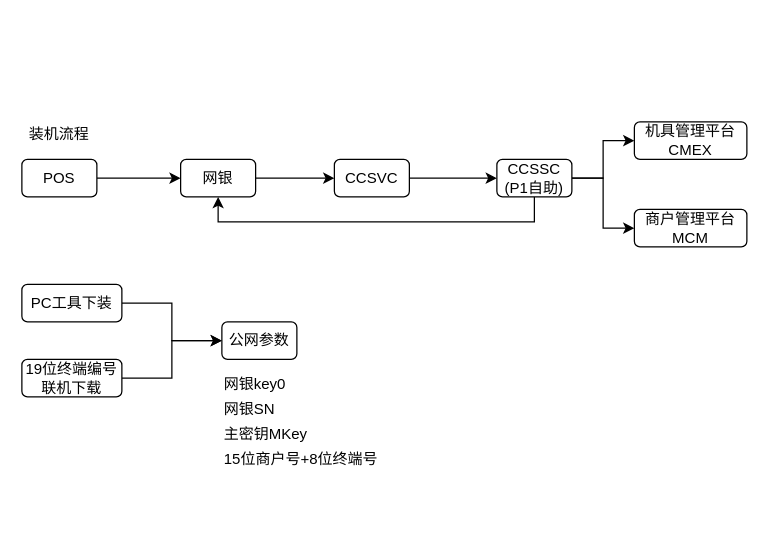
Above: KeyStruct-FT.drawio in xin78693304/mycharts (draw.io), before the change. Source tidied: cells renumbered, new cells numbered last; positions are measured from the earlier drawing's top-left corner, leaving out a move shared by most shapes. Both pictures are drawn from the tidied source at 125%, with x=0, y=0 at pixel (21, 121).
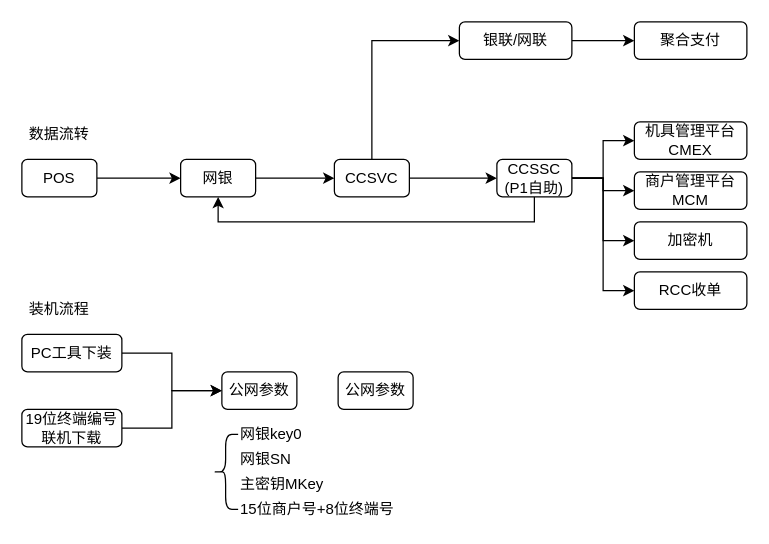
Above is the later version.

Unchanged cells that the change refers to:
```xml
<mxCell id="7" value="CCSVC" style="rounded=1;whiteSpace=wrap;html=1;" parent="1" vertex="1">
  <mxGeometry x="250" y="30" width="60" height="30" as="geometry" />
</mxCell>
<mxCell id="11" value="CCSSC&lt;br&gt;(P1自助)" style="rounded=1;whiteSpace=wrap;html=1;" parent="1" vertex="1">
  <mxGeometry x="380" y="30" width="60" height="30" as="geometry" />
</mxCell>
```

The edit, as a diff of the source:
```diff
@@
+    <mxCell id="24" style="edgeStyle=orthogonalEdgeStyle;rounded=0;jettySize=auto;html=1;entryX=0;entryY=0.5;entryDx=0;entryDy=0;" parent="1" edge="1" source="7" target="33">
+      <mxGeometry relative="1" as="geometry">
+        <Array as="points">
+          <mxPoint x="280" y="-65" />
+        </Array>
+      </mxGeometry>
+    </mxCell>
@@
+    <mxCell id="25" style="edgeStyle=orthogonalEdgeStyle;rounded=0;jettySize=auto;html=1;entryX=0;entryY=0.5;entryDx=0;entryDy=0;" parent="1" edge="1" source="11" target="30">
+      <mxGeometry relative="1" as="geometry" />
+    </mxCell>
+    <mxCell id="26" style="edgeStyle=orthogonalEdgeStyle;rounded=0;jettySize=auto;html=1;entryX=0;entryY=0.5;entryDx=0;entryDy=0;" parent="1" edge="1" source="11" target="31">
+      <mxGeometry relative="1" as="geometry" />
+    </mxCell>
@@
-    <mxCell id="12" value="装机流程" style="text;html=1;strokeColor=none;fillColor=none;align=center;verticalAlign=middle;whiteSpace=wrap;rounded=0;" parent="1" vertex="1">
+    <mxCell id="12" value="数据流转" style="text;html=1;strokeColor=none;fillColor=none;align=center;verticalAlign=middle;whiteSpace=wrap;rounded=0;" parent="1" vertex="1">
       <mxGeometry width="60" height="20" as="geometry" />
     </mxCell>
     <mxCell id="13" value="公网参数" style="rounded=1;whiteSpace=wrap;html=1;" parent="1" vertex="1">
-      <mxGeometry x="160" y="160" width="60" height="30" as="geometry" />
+      <mxGeometry x="160" y="200" width="60" height="30" as="geometry" />
     </mxCell>
@@
     <mxCell id="15" value="商户管理平台MCM" style="rounded=1;whiteSpace=wrap;html=1;" parent="1" vertex="1">
-      <mxGeometry x="490" y="70" width="90" height="30" as="geometry" />
+      <mxGeometry x="490" y="40" width="90" height="30" as="geometry" />
     </mxCell>
@@
     <mxCell id="17" value="PC工具下装" style="rounded=1;whiteSpace=wrap;html=1;" parent="1" vertex="1">
-      <mxGeometry y="130" width="80" height="30" as="geometry" />
+      <mxGeometry y="170" width="80" height="30" as="geometry" />
     </mxCell>
@@
     <mxCell id="19" value="19位终端编号联机下载" style="rounded=1;whiteSpace=wrap;html=1;" parent="1" vertex="1">
-      <mxGeometry y="190" width="80" height="30" as="geometry" />
+      <mxGeometry y="230" width="80" height="30" as="geometry" />
     </mxCell>
     <mxCell id="20" value="网银key0" style="text;html=1;strokeColor=none;fillColor=none;align=left;verticalAlign=middle;whiteSpace=wrap;rounded=0;" parent="1" vertex="1">
-      <mxGeometry x="160" y="200" width="60" height="20" as="geometry" />
+      <mxGeometry x="173" y="240" width="60" height="20" as="geometry" />
     </mxCell>
     <mxCell id="21" value="网银SN" style="text;html=1;strokeColor=none;fillColor=none;align=left;verticalAlign=middle;whiteSpace=wrap;rounded=0;" parent="1" vertex="1">
-      <mxGeometry x="160" y="220" width="60" height="20" as="geometry" />
+      <mxGeometry x="173" y="260" width="60" height="20" as="geometry" />
     </mxCell>
     <mxCell id="22" value="主密钥MKey" style="text;html=1;strokeColor=none;fillColor=none;align=left;verticalAlign=middle;whiteSpace=wrap;rounded=0;" parent="1" vertex="1">
-      <mxGeometry x="160" y="240" width="80" height="20" as="geometry" />
+      <mxGeometry x="173" y="280" width="80" height="20" as="geometry" />
     </mxCell>
     <mxCell id="23" value="15位商户号+8位终端号" style="text;html=1;strokeColor=none;fillColor=none;align=left;verticalAlign=middle;whiteSpace=wrap;rounded=0;" parent="1" vertex="1">
-      <mxGeometry x="160" y="260" width="130" height="20" as="geometry" />
+      <mxGeometry x="173" y="300" width="130" height="20" as="geometry" />
     </mxCell>
+    <mxCell id="27" style="shape=curlyBracket;whiteSpace=wrap;html=1;rounded=1;align=left;" parent="1" vertex="1">
+      <mxGeometry x="153" y="250" width="20" height="60" as="geometry" />
+    </mxCell>
+    <mxCell id="28" value="公网参数" style="rounded=1;whiteSpace=wrap;html=1;" parent="1" vertex="1">
+      <mxGeometry x="253" y="200" width="60" height="30" as="geometry" />
+    </mxCell>
+    <mxCell id="29" value="装机流程" style="text;html=1;strokeColor=none;fillColor=none;align=center;verticalAlign=middle;whiteSpace=wrap;rounded=0;" parent="1" vertex="1">
+      <mxGeometry y="140" width="60" height="20" as="geometry" />
+    </mxCell>
+    <mxCell id="30" value="加密机" style="rounded=1;whiteSpace=wrap;html=1;" parent="1" vertex="1">
+      <mxGeometry x="490" y="80" width="90" height="30" as="geometry" />
+    </mxCell>
+    <mxCell id="31" value="RCC收单" style="rounded=1;whiteSpace=wrap;html=1;" parent="1" vertex="1">
+      <mxGeometry x="490" y="120" width="90" height="30" as="geometry" />
+    </mxCell>
+    <mxCell id="32" style="edgeStyle=orthogonalEdgeStyle;rounded=0;jettySize=auto;html=1;entryX=0;entryY=0.5;entryDx=0;entryDy=0;" parent="1" edge="1" source="33" target="34">
+      <mxGeometry relative="1" as="geometry" />
+    </mxCell>
+    <mxCell id="33" value="银联/网联" style="rounded=1;whiteSpace=wrap;html=1;" parent="1" vertex="1">
+      <mxGeometry x="350" y="-80" width="90" height="30" as="geometry" />
+    </mxCell>
+    <mxCell id="34" value="聚合支付" style="rounded=1;whiteSpace=wrap;html=1;" parent="1" vertex="1">
+      <mxGeometry x="490" y="-80" width="90" height="30" as="geometry" />
+    </mxCell>
```
